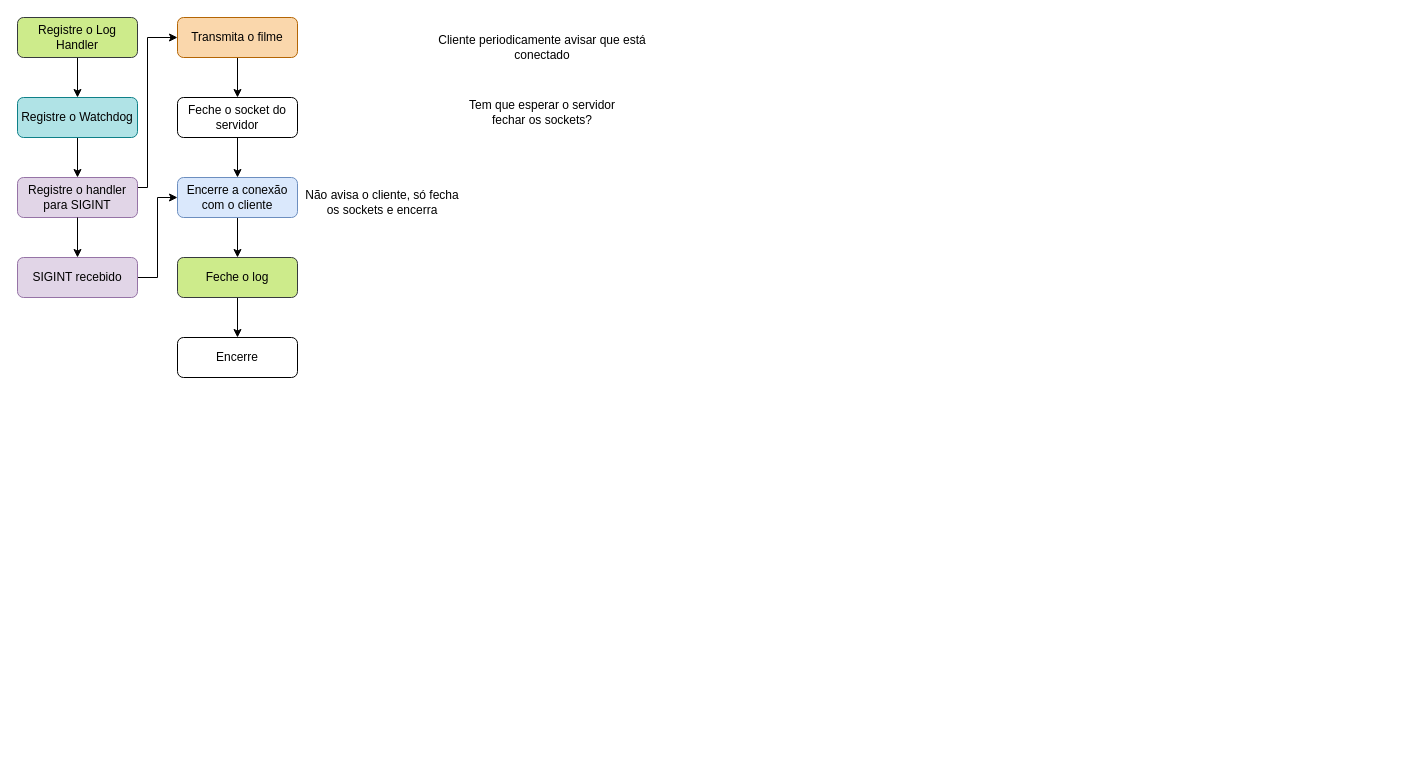
Above: page "Stream" (4 of 7) of client-server.drawio in nico-ig/UDP-Video-Streaming (draw.io), before the change. Source tidied: cells renumbered, new cells numbered last; positions are measured from the earlier drawing's top-left corner, leaving out a move shared by most shapes. Both pictures are drawn from the tidied source at 100%, with x=0, y=0 at pixel (17, 17).
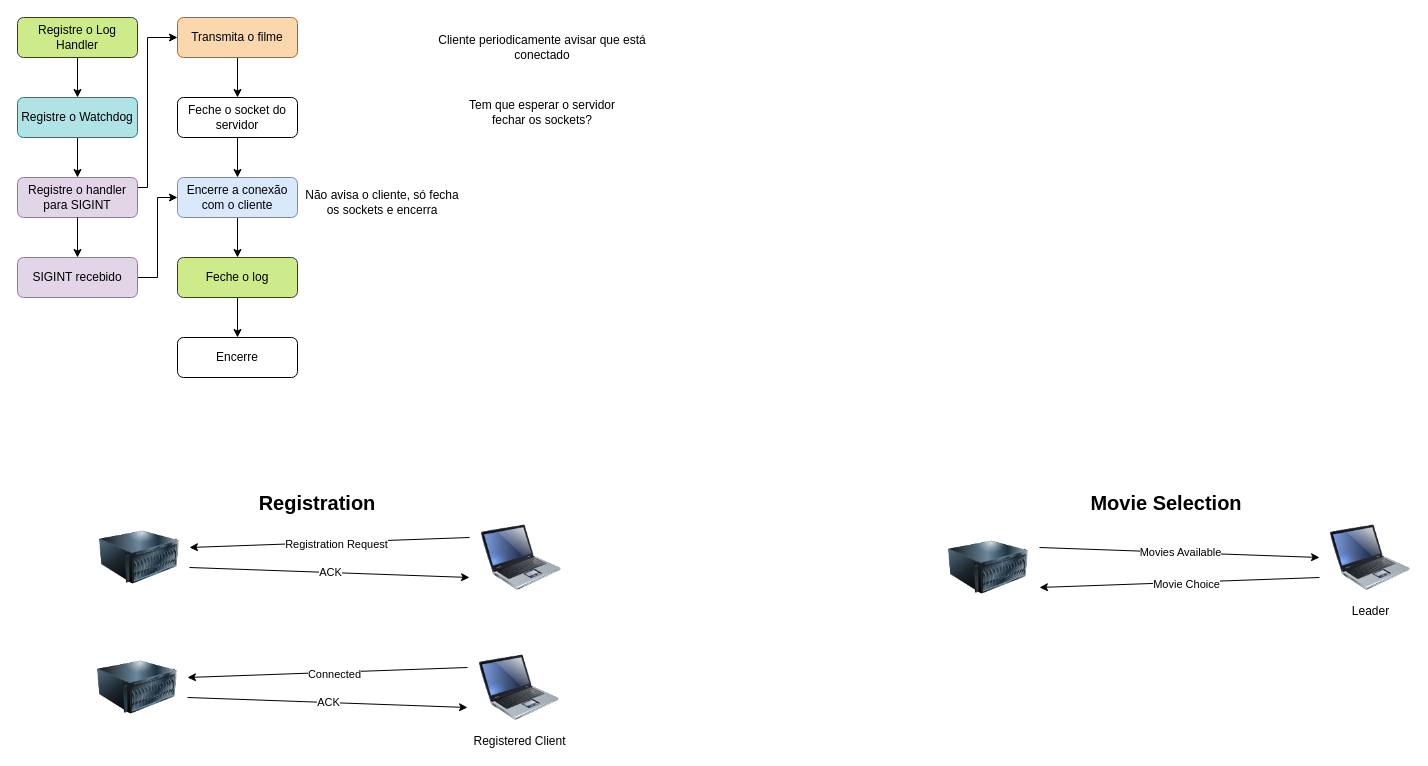
The same diagram, later.

Diff of the diagram source:
```diff
@@
+    <mxCell id="23" value="&lt;b&gt;&lt;font style=&quot;font-size: 20px;&quot;&gt;Registration&lt;/font&gt;&lt;/b&gt;" style="text;html=1;strokeColor=none;fillColor=none;align=center;verticalAlign=middle;whiteSpace=wrap;rounded=0;" parent="1" vertex="1">
+      <mxGeometry x="160" y="470" width="280" height="30" as="geometry" />
+    </mxCell>
+    <mxCell id="24" style="image;html=1;image=img/lib/clip_art/computers/Server_128x128.png;" parent="1" vertex="1">
+      <mxGeometry x="82" y="500" width="80" height="80" as="geometry" />
+    </mxCell>
+    <mxCell id="25" style="image;html=1;image=img/lib/clip_art/computers/Laptop_128x128.png;" parent="1" vertex="1">
+      <mxGeometry x="464" y="500" width="80" height="80" as="geometry" />
+    </mxCell>
+    <mxCell id="26" style="endArrow=classic;html=1;rounded=0;" parent="1" edge="1">
+      <mxGeometry relative="1" as="geometry">
+        <mxPoint x="452" y="520" as="sourcePoint" />
+        <mxPoint x="172" y="530" as="targetPoint" />
+      </mxGeometry>
+    </mxCell>
+    <mxCell id="27" value="Registration Request" style="edgeLabel;html=1;align=center;verticalAlign=middle;" parent="26" vertex="1">
+      <mxGeometry x="-0.04" y="2" relative="1" as="geometry" />
+    </mxCell>
+    <mxCell id="28" style="endArrow=classic;html=1;rounded=0;exitX=1.025;exitY=0.913;exitDx=0;exitDy=0;exitPerimeter=0;" parent="1" edge="1">
+      <mxGeometry relative="1" as="geometry">
+        <mxPoint x="172" y="550" as="sourcePoint" />
+        <mxPoint x="452" y="560" as="targetPoint" />
+      </mxGeometry>
+    </mxCell>
+    <mxCell id="29" value="ACK" style="edgeLabel;html=1;align=center;verticalAlign=middle;" parent="28" vertex="1">
+      <mxGeometry x="0.01" y="1" relative="1" as="geometry" />
+    </mxCell>
+    <mxCell id="30" value="&lt;font style=&quot;font-size: 20px;&quot;&gt;&lt;b&gt;Movie Selection&lt;br&gt;&lt;/b&gt;&lt;/font&gt;" style="text;html=1;strokeColor=none;fillColor=none;align=center;verticalAlign=middle;whiteSpace=wrap;rounded=0;" parent="1" vertex="1">
+      <mxGeometry x="1009" y="470" width="280" height="30" as="geometry" />
+    </mxCell>
+    <mxCell id="31" style="image;html=1;image=img/lib/clip_art/computers/Server_128x128.png;" parent="1" vertex="1">
+      <mxGeometry x="931" y="510" width="80" height="80" as="geometry" />
+    </mxCell>
+    <mxCell id="32" value="Leader" style="image;html=1;image=img/lib/clip_art/computers/Laptop_128x128.png;" parent="1" vertex="1">
+      <mxGeometry x="1313" y="500" width="80" height="80" as="geometry" />
+    </mxCell>
+    <mxCell id="33" style="endArrow=classic;html=1;rounded=0;" parent="1" edge="1">
+      <mxGeometry relative="1" as="geometry">
+        <mxPoint x="1302" y="560" as="sourcePoint" />
+        <mxPoint x="1022" y="570" as="targetPoint" />
+      </mxGeometry>
+    </mxCell>
+    <mxCell id="34" value="Movie Choice" style="edgeLabel;html=1;align=center;verticalAlign=middle;" parent="33" vertex="1">
+      <mxGeometry x="-0.04" y="2" relative="1" as="geometry" />
+    </mxCell>
+    <mxCell id="35" style="endArrow=classic;html=1;rounded=0;exitX=1.025;exitY=0.913;exitDx=0;exitDy=0;exitPerimeter=0;" parent="1" edge="1">
+      <mxGeometry relative="1" as="geometry">
+        <mxPoint x="1022" y="530" as="sourcePoint" />
+        <mxPoint x="1302" y="540" as="targetPoint" />
+      </mxGeometry>
+    </mxCell>
+    <mxCell id="36" value="Movies Available" style="edgeLabel;html=1;align=center;verticalAlign=middle;" parent="35" vertex="1">
+      <mxGeometry x="0.01" y="1" relative="1" as="geometry" />
+    </mxCell>
+    <mxCell id="37" style="image;html=1;image=img/lib/clip_art/computers/Server_128x128.png;" parent="1" vertex="1">
+      <mxGeometry x="80" y="630" width="80" height="80" as="geometry" />
+    </mxCell>
+    <mxCell id="38" value="Registered Client" style="image;html=1;image=img/lib/clip_art/computers/Laptop_128x128.png;" parent="1" vertex="1">
+      <mxGeometry x="462" y="630" width="80" height="80" as="geometry" />
+    </mxCell>
+    <mxCell id="39" style="endArrow=classic;html=1;rounded=0;" parent="1" edge="1">
+      <mxGeometry relative="1" as="geometry">
+        <mxPoint x="450" y="650" as="sourcePoint" />
+        <mxPoint x="170" y="660" as="targetPoint" />
+      </mxGeometry>
+    </mxCell>
+    <mxCell id="40" value="Connected" style="edgeLabel;html=1;align=center;verticalAlign=middle;" parent="39" vertex="1">
+      <mxGeometry x="-0.04" y="2" relative="1" as="geometry" />
+    </mxCell>
+    <mxCell id="41" style="endArrow=classic;html=1;rounded=0;exitX=1.025;exitY=0.913;exitDx=0;exitDy=0;exitPerimeter=0;" parent="1" edge="1">
+      <mxGeometry relative="1" as="geometry">
+        <mxPoint x="170" y="680" as="sourcePoint" />
+        <mxPoint x="450" y="690" as="targetPoint" />
+      </mxGeometry>
+    </mxCell>
+    <mxCell id="42" value="ACK" style="edgeLabel;html=1;align=center;verticalAlign=middle;" parent="41" vertex="1">
+      <mxGeometry x="0.01" y="1" relative="1" as="geometry" />
+    </mxCell>
```
